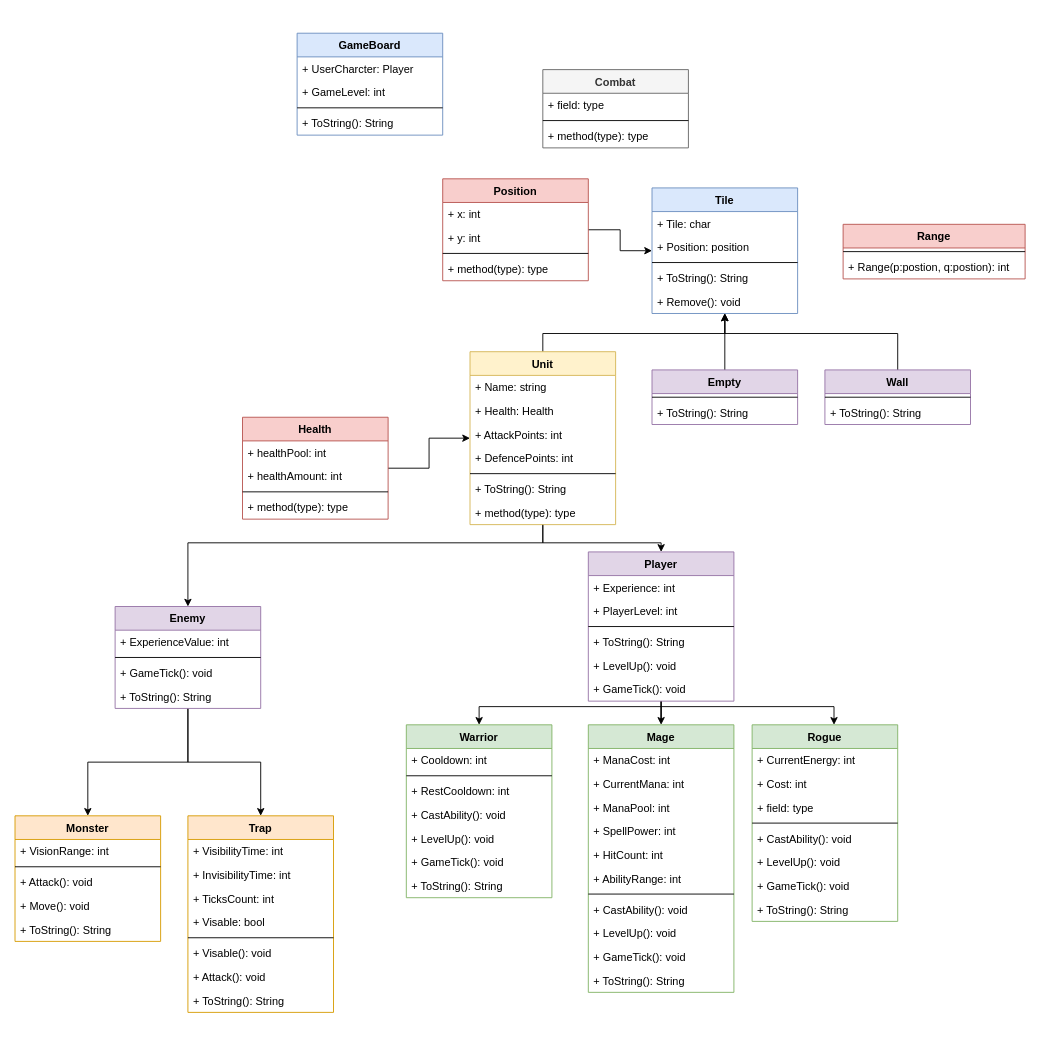
Before: hw3.drawio in inbarbc/Dungeons_and_Dragons, a draw.io diagram. Source tidied: cells renumbered, new cells numbered last; positions are measured from the earlier drawing's top-left corner, leaving out a move shared by most shapes. Both pictures are drawn from the tidied source at 91%, with x=0, y=0 at pixel (15, 33).
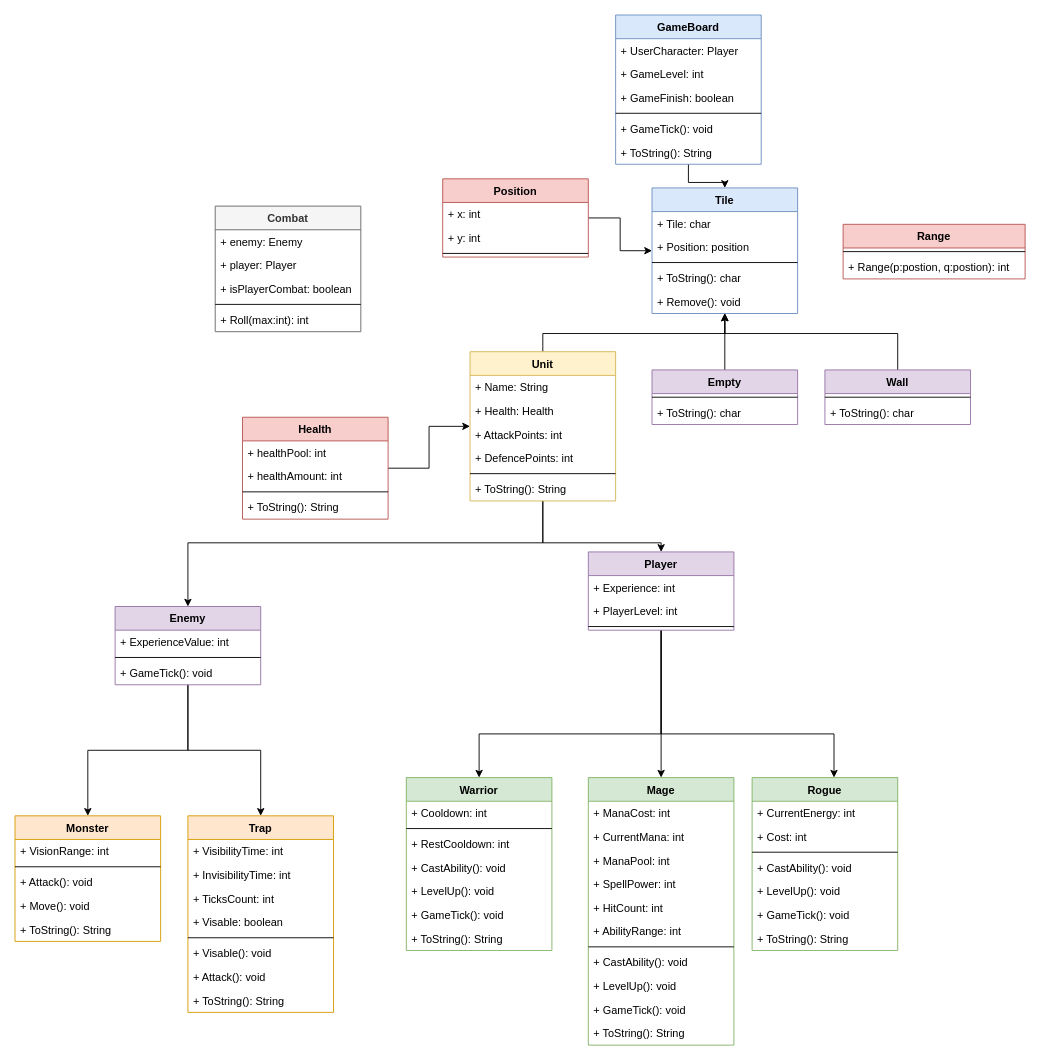
After the change.

Unchanged cells that the change refers to:
```xml
<mxCell id="45" value="Tile&#10;" style="swimlane;fontStyle=1;align=center;verticalAlign=top;horizontal=1;startSize=26;fillColor=#dae8fc;strokeColor=#6c8ebf;" parent="1" vertex="1">
  <mxGeometry x="700" y="170" width="160" height="138" as="geometry" />
</mxCell>
<mxCell id="52" value="Wall" style="swimlane;fontStyle=1;align=center;verticalAlign=top;horizontal=1;startSize=26;fillColor=#e1d5e7;strokeColor=#9673a6;" parent="1" vertex="1">
  <mxGeometry x="890" y="370" width="160" height="60" as="geometry" />
</mxCell>
<mxCell id="56" value="Empty&#10;" style="swimlane;fontStyle=1;align=center;verticalAlign=top;horizontal=1;startSize=26;fillColor=#e1d5e7;strokeColor=#9673a6;" parent="1" vertex="1">
  <mxGeometry x="700" y="370" width="160" height="60" as="geometry" />
</mxCell>
<mxCell id="63" value="Health" style="swimlane;fontStyle=1;align=center;verticalAlign=top;horizontal=1;startSize=26;fillColor=#f8cecc;strokeColor=#b85450;" parent="1" vertex="1">
  <mxGeometry x="250" y="422" width="160" height="112" as="geometry" />
</mxCell>
<mxCell id="103" value="Trap&#10;" style="swimlane;fontStyle=1;align=center;verticalAlign=top;horizontal=1;startSize=26;fillColor=#ffe6cc;strokeColor=#d79b00;" parent="1" vertex="1">
  <mxGeometry x="190" y="860" width="160" height="216" as="geometry" />
</mxCell>
```

What changed in the source:
```diff
@@
+    <mxCell id="112" style="edgeStyle=orthogonalEdgeStyle;rounded=0;jettySize=auto;html=1;" parent="1" edge="1" source="2" target="45">
+      <mxGeometry relative="1" as="geometry" />
+    </mxCell>
     <mxCell id="2" value="GameBoard" style="swimlane;fontStyle=1;align=center;verticalAlign=top;horizontal=1;startSize=26;fillColor=#dae8fc;strokeColor=#6c8ebf;" parent="1" vertex="1">
-      <mxGeometry x="310" width="160" height="112" as="geometry" />
+      <mxGeometry x="660" y="-20" width="160" height="164" as="geometry" />
     </mxCell>
-    <mxCell id="3" value="+ UserCharcter: Player" style="text;strokeColor=none;fillColor=none;align=left;verticalAlign=top;spacingLeft=4;spacingRight=4;overflow=hidden;" parent="2" vertex="1">
+    <mxCell id="3" value="+ UserCharacter: Player" style="text;strokeColor=none;fillColor=none;align=left;verticalAlign=top;spacingLeft=4;spacingRight=4;overflow=hidden;" parent="2" vertex="1">
       <mxGeometry y="26" width="160" height="26" as="geometry" />
     </mxCell>
@@
+    <mxCell id="113" value="+ GameFinish: boolean" style="text;strokeColor=none;fillColor=none;align=left;verticalAlign=top;spacingLeft=4;spacingRight=4;overflow=hidden;" parent="2" vertex="1">
+      <mxGeometry y="78" width="160" height="26" as="geometry" />
+    </mxCell>
     <mxCell id="5" style="line;strokeWidth=1;fillColor=none;align=left;verticalAlign=middle;spacingTop=-1;spacingLeft=3;spacingRight=3;labelPosition=right;" parent="2" vertex="1">
-      <mxGeometry y="78" width="160" height="8" as="geometry" />
+      <mxGeometry y="104" width="160" height="8" as="geometry" />
     </mxCell>
-    <mxCell id="6" value="+ ToString(): String" style="text;strokeColor=none;fillColor=none;align=left;verticalAlign=top;spacingLeft=4;spacingRight=4;overflow=hidden;" parent="2" vertex="1">
-      <mxGeometry y="86" width="160" height="26" as="geometry" />
+    <mxCell id="6" value="+ GameTick(): void" style="text;strokeColor=none;fillColor=none;align=left;verticalAlign=top;spacingLeft=4;spacingRight=4;overflow=hidden;" parent="2" vertex="1">
+      <mxGeometry y="112" width="160" height="26" as="geometry" />
     </mxCell>
+    <mxCell id="114" value="+ ToString(): String" style="text;strokeColor=none;fillColor=none;align=left;verticalAlign=top;spacingLeft=4;spacingRight=4;overflow=hidden;" parent="2" vertex="1">
+      <mxGeometry y="138" width="160" height="26" as="geometry" />
+    </mxCell>
     <mxCell id="7" style="edgeStyle=orthogonalEdgeStyle;rounded=0;jettySize=auto;html=1;" parent="1" edge="1" source="10" target="68">
       <mxGeometry relative="1" as="geometry">
         <Array as="points">
-          <mxPoint x="710" y="740" />
-          <mxPoint x="510" y="740" />
+          <mxPoint x="710" y="770" />
+          <mxPoint x="510" y="770" />
         </Array>
       </mxGeometry>
     </mxCell>
@@
     <mxCell id="9" style="edgeStyle=orthogonalEdgeStyle;rounded=0;jettySize=auto;html=1;" parent="1" edge="1" source="10" target="88">
       <mxGeometry relative="1" as="geometry">
         <Array as="points">
-          <mxPoint x="710" y="740" />
-          <mxPoint x="900" y="740" />
+          <mxPoint x="710" y="770" />
+          <mxPoint x="900" y="770" />
         </Array>
       </mxGeometry>
     </mxCell>
     <mxCell id="10" value="Player" style="swimlane;fontStyle=1;align=center;verticalAlign=top;horizontal=1;startSize=26;fillColor=#e1d5e7;strokeColor=#9673a6;" parent="1" vertex="1">
-      <mxGeometry x="630" y="570" width="160" height="164" as="geometry" />
+      <mxGeometry x="630" y="570" width="160" height="86" as="geometry" />
     </mxCell>
@@
-    <mxCell id="14" value="+ ToString(): String" style="text;strokeColor=none;fillColor=none;align=left;verticalAlign=top;spacingLeft=4;spacingRight=4;overflow=hidden;" parent="10" vertex="1">
-      <mxGeometry y="86" width="160" height="26" as="geometry" />
-    </mxCell>
-    <mxCell id="15" value="+ LevelUp(): void" style="text;strokeColor=none;fillColor=none;align=left;verticalAlign=top;spacingLeft=4;spacingRight=4;overflow=hidden;" parent="10" vertex="1">
-      <mxGeometry y="112" width="160" height="26" as="geometry" />
-    </mxCell>
-    <mxCell id="16" value="+ GameTick(): void" style="text;strokeColor=none;fillColor=none;align=left;verticalAlign=top;spacingLeft=4;spacingRight=4;overflow=hidden;" parent="10" vertex="1">
-      <mxGeometry y="138" width="160" height="26" as="geometry" />
-    </mxCell>
@@
     <mxCell id="19" value="Enemy" style="swimlane;fontStyle=1;align=center;verticalAlign=top;horizontal=1;startSize=26;fillColor=#e1d5e7;strokeColor=#9673a6;" parent="1" vertex="1">
-      <mxGeometry x="110" y="630" width="160" height="112" as="geometry" />
+      <mxGeometry x="110" y="630" width="160" height="86" as="geometry" />
     </mxCell>
@@
-    <mxCell id="23" value="+ ToString(): String" style="text;strokeColor=none;fillColor=none;align=left;verticalAlign=top;spacingLeft=4;spacingRight=4;overflow=hidden;" parent="19" vertex="1">
-      <mxGeometry y="86" width="160" height="26" as="geometry" />
-    </mxCell>
@@
     <mxCell id="27" value="Unit" style="swimlane;fontStyle=1;align=center;verticalAlign=top;horizontal=1;startSize=26;fillColor=#fff2cc;strokeColor=#d6b656;" parent="1" vertex="1">
-      <mxGeometry x="500" y="350" width="160" height="190" as="geometry" />
+      <mxGeometry x="500" y="350" width="160" height="164" as="geometry" />
     </mxCell>
-    <mxCell id="28" value="+ Name: string" style="text;strokeColor=none;fillColor=none;align=left;verticalAlign=top;spacingLeft=4;spacingRight=4;overflow=hidden;" parent="27" vertex="1">
+    <mxCell id="28" value="+ Name: String" style="text;strokeColor=none;fillColor=none;align=left;verticalAlign=top;spacingLeft=4;spacingRight=4;overflow=hidden;" parent="27" vertex="1">
       <mxGeometry y="26" width="160" height="26" as="geometry" />
     </mxCell>
@@
-    <mxCell id="34" value="+ method(type): type" style="text;strokeColor=none;fillColor=none;align=left;verticalAlign=top;spacingLeft=4;spacingRight=4;overflow=hidden;" parent="27" vertex="1">
-      <mxGeometry y="164" width="160" height="26" as="geometry" />
-    </mxCell>
     <mxCell id="35" value="Combat" style="swimlane;fontStyle=1;align=center;verticalAlign=top;horizontal=1;startSize=26;fillColor=#f5f5f5;strokeColor=#666666;fontColor=#333333;" parent="1" vertex="1">
-      <mxGeometry x="580" y="40" width="160" height="86" as="geometry" />
+      <mxGeometry x="220" y="190" width="160" height="138" as="geometry" />
     </mxCell>
-    <mxCell id="36" value="+ field: type" style="text;strokeColor=none;fillColor=none;align=left;verticalAlign=top;spacingLeft=4;spacingRight=4;overflow=hidden;" parent="35" vertex="1">
+    <mxCell id="36" value="+ enemy: Enemy" style="text;strokeColor=none;fillColor=none;align=left;verticalAlign=top;spacingLeft=4;spacingRight=4;overflow=hidden;" parent="35" vertex="1">
       <mxGeometry y="26" width="160" height="26" as="geometry" />
     </mxCell>
+    <mxCell id="115" value="+ player: Player" style="text;strokeColor=none;fillColor=none;align=left;verticalAlign=top;spacingLeft=4;spacingRight=4;overflow=hidden;" parent="35" vertex="1">
+      <mxGeometry y="52" width="160" height="26" as="geometry" />
+    </mxCell>
+    <mxCell id="116" value="+ isPlayerCombat: boolean" style="text;strokeColor=none;fillColor=none;align=left;verticalAlign=top;spacingLeft=4;spacingRight=4;overflow=hidden;" parent="35" vertex="1">
+      <mxGeometry y="78" width="160" height="26" as="geometry" />
+    </mxCell>
     <mxCell id="37" style="line;strokeWidth=1;fillColor=none;align=left;verticalAlign=middle;spacingTop=-1;spacingLeft=3;spacingRight=3;labelPosition=right;" parent="35" vertex="1">
-      <mxGeometry y="52" width="160" height="8" as="geometry" />
+      <mxGeometry y="104" width="160" height="8" as="geometry" />
     </mxCell>
-    <mxCell id="38" value="+ method(type): type" style="text;strokeColor=none;fillColor=none;align=left;verticalAlign=top;spacingLeft=4;spacingRight=4;overflow=hidden;" parent="35" vertex="1">
-      <mxGeometry y="60" width="160" height="26" as="geometry" />
+    <mxCell id="38" value="+ Roll(max:int): int" style="text;strokeColor=none;fillColor=none;align=left;verticalAlign=top;spacingLeft=4;spacingRight=4;overflow=hidden;" parent="35" vertex="1">
+      <mxGeometry y="112" width="160" height="26" as="geometry" />
     </mxCell>
@@
     <mxCell id="40" value="Position" style="swimlane;fontStyle=1;align=center;verticalAlign=top;horizontal=1;startSize=26;fillColor=#f8cecc;strokeColor=#b85450;" parent="1" vertex="1">
-      <mxGeometry x="470" y="160" width="160" height="112" as="geometry" />
+      <mxGeometry x="470" y="160" width="160" height="86" as="geometry" />
     </mxCell>
@@
-    <mxCell id="44" value="+ method(type): type" style="text;strokeColor=none;fillColor=none;align=left;verticalAlign=top;spacingLeft=4;spacingRight=4;overflow=hidden;" parent="40" vertex="1">
-      <mxGeometry y="86" width="160" height="26" as="geometry" />
-    </mxCell>
@@
-    <mxCell id="49" value="+ ToString(): String" style="text;strokeColor=none;fillColor=none;align=left;verticalAlign=top;spacingLeft=4;spacingRight=4;overflow=hidden;" parent="45" vertex="1">
+    <mxCell id="49" value="+ ToString(): char" style="text;strokeColor=none;fillColor=none;align=left;verticalAlign=top;spacingLeft=4;spacingRight=4;overflow=hidden;" parent="45" vertex="1">
       <mxGeometry y="86" width="160" height="26" as="geometry" />
     </mxCell>
@@
-    <mxCell id="54" value="+ ToString(): String" style="text;strokeColor=none;fillColor=none;align=left;verticalAlign=top;spacingLeft=4;spacingRight=4;overflow=hidden;" parent="52" vertex="1">
+    <mxCell id="54" value="+ ToString(): char" style="text;strokeColor=none;fillColor=none;align=left;verticalAlign=top;spacingLeft=4;spacingRight=4;overflow=hidden;" parent="52" vertex="1">
       <mxGeometry y="34" width="160" height="26" as="geometry" />
     </mxCell>
@@
-    <mxCell id="58" value="+ ToString(): String" style="text;strokeColor=none;fillColor=none;align=left;verticalAlign=top;spacingLeft=4;spacingRight=4;overflow=hidden;" parent="56" vertex="1">
+    <mxCell id="58" value="+ ToString(): char" style="text;strokeColor=none;fillColor=none;align=left;verticalAlign=top;spacingLeft=4;spacingRight=4;overflow=hidden;" parent="56" vertex="1">
       <mxGeometry y="34" width="160" height="26" as="geometry" />
     </mxCell>
@@
-    <mxCell id="67" value="+ method(type): type" style="text;strokeColor=none;fillColor=none;align=left;verticalAlign=top;spacingLeft=4;spacingRight=4;overflow=hidden;" parent="63" vertex="1">
-      <mxGeometry y="86" width="160" height="26" as="geometry" />
-    </mxCell>
+    <mxCell id="117" value="+ ToString(): String" style="text;strokeColor=none;fillColor=none;align=left;verticalAlign=top;spacingLeft=4;spacingRight=4;overflow=hidden;" parent="63" vertex="1">
+      <mxGeometry y="86" width="160" height="26" as="geometry" />
+    </mxCell>
     <mxCell id="68" value="Warrior" style="swimlane;fontStyle=1;align=center;verticalAlign=top;horizontal=1;startSize=26;fillColor=#d5e8d4;strokeColor=#82b366;" parent="1" vertex="1">
-      <mxGeometry x="430" y="760" width="160" height="190" as="geometry" />
+      <mxGeometry x="430" y="818" width="160" height="190" as="geometry" />
     </mxCell>
@@
     <mxCell id="76" value="Mage" style="swimlane;fontStyle=1;align=center;verticalAlign=top;horizontal=1;startSize=26;fillColor=#d5e8d4;strokeColor=#82b366;" parent="1" vertex="1">
-      <mxGeometry x="630" y="760" width="160" height="294" as="geometry" />
+      <mxGeometry x="630" y="818" width="160" height="294" as="geometry" />
     </mxCell>
@@
     <mxCell id="88" value="Rogue" style="swimlane;fontStyle=1;align=center;verticalAlign=top;horizontal=1;startSize=26;fillColor=#d5e8d4;strokeColor=#82b366;" parent="1" vertex="1">
-      <mxGeometry x="810" y="760" width="160" height="216" as="geometry" />
+      <mxGeometry x="810" y="818" width="160" height="190" as="geometry" />
     </mxCell>
@@
-    <mxCell id="91" value="+ field: type" style="text;strokeColor=none;fillColor=none;align=left;verticalAlign=top;spacingLeft=4;spacingRight=4;overflow=hidden;" parent="88" vertex="1">
-      <mxGeometry y="78" width="160" height="26" as="geometry" />
-    </mxCell>
     <mxCell id="92" style="line;strokeWidth=1;fillColor=none;align=left;verticalAlign=middle;spacingTop=-1;spacingLeft=3;spacingRight=3;labelPosition=right;" parent="88" vertex="1">
-      <mxGeometry y="104" width="160" height="8" as="geometry" />
+      <mxGeometry y="78" width="160" height="8" as="geometry" />
     </mxCell>
     <mxCell id="93" value="+ CastAbility(): void" style="text;strokeColor=none;fillColor=none;align=left;verticalAlign=top;spacingLeft=4;spacingRight=4;overflow=hidden;" parent="88" vertex="1">
-      <mxGeometry y="112" width="160" height="26" as="geometry" />
+      <mxGeometry y="86" width="160" height="26" as="geometry" />
     </mxCell>
     <mxCell id="94" value="+ LevelUp(): void" style="text;strokeColor=none;fillColor=none;align=left;verticalAlign=top;spacingLeft=4;spacingRight=4;overflow=hidden;" parent="88" vertex="1">
-      <mxGeometry y="138" width="160" height="26" as="geometry" />
+      <mxGeometry y="112" width="160" height="26" as="geometry" />
     </mxCell>
     <mxCell id="95" value="+ GameTick(): void" style="text;strokeColor=none;fillColor=none;align=left;verticalAlign=top;spacingLeft=4;spacingRight=4;overflow=hidden;" parent="88" vertex="1">
-      <mxGeometry y="164" width="160" height="26" as="geometry" />
+      <mxGeometry y="138" width="160" height="26" as="geometry" />
     </mxCell>
     <mxCell id="96" value="+ ToString(): String" style="text;strokeColor=none;fillColor=none;align=left;verticalAlign=top;spacingLeft=4;spacingRight=4;overflow=hidden;" parent="88" vertex="1">
-      <mxGeometry y="190" width="160" height="26" as="geometry" />
+      <mxGeometry y="164" width="160" height="26" as="geometry" />
     </mxCell>
@@
-    <mxCell id="107" value="+ Visable: bool" style="text;strokeColor=none;fillColor=none;align=left;verticalAlign=top;spacingLeft=4;spacingRight=4;overflow=hidden;" parent="103" vertex="1">
+    <mxCell id="107" value="+ Visable: boolean" style="text;strokeColor=none;fillColor=none;align=left;verticalAlign=top;spacingLeft=4;spacingRight=4;overflow=hidden;" parent="103" vertex="1">
       <mxGeometry y="104" width="160" height="26" as="geometry" />
     </mxCell>
```
